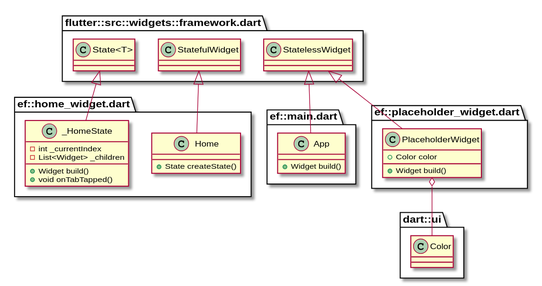
The PlantUML diagram Classdiagramm/Classdiagram.svg in leumas244/easyFinance-SoftwareEngeneering, before a commit.
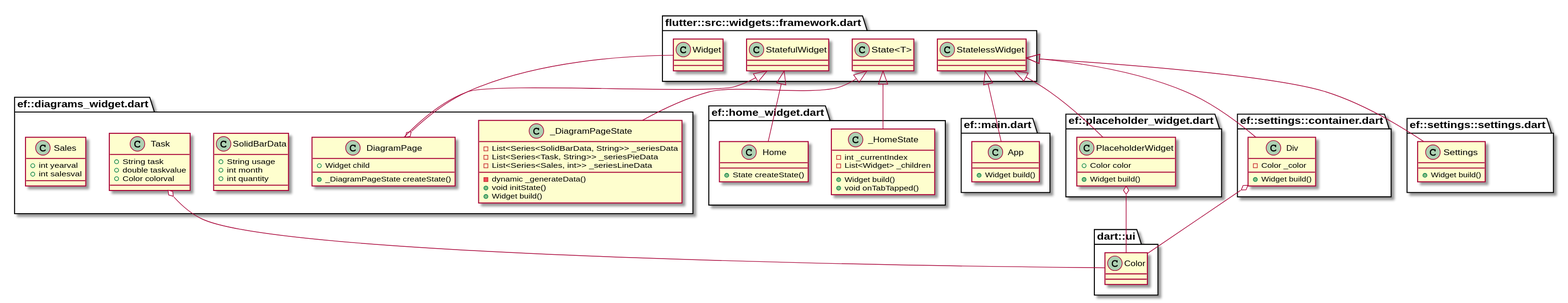
The same diagram one commit later.

Change to the diagram source:
```diff
@@ -1,5 +1,43 @@
 @startuml
 set namespaceSeparator ::
+
+class "ef::diagrams_widget.dart::DiagramPage" {
+  +Widget child
+  +_DiagramPageState createState()
+}
+
+"ef::diagrams_widget.dart::DiagramPage" o-- "flutter::src::widgets::framework.dart::Widget"
+"flutter::src::widgets::framework.dart::StatefulWidget" <|-- "ef::diagrams_widget.dart::DiagramPage"
+
+class "ef::diagrams_widget.dart::_DiagramPageState" {
+  -List<Series<SolidBarData, String>> _seriesData
+  -List<Series<Task, String>> _seriesPieData
+  -List<Series<Sales, int>> _seriesLineData
+  -dynamic _generateData()
+  +void initState()
+  +Widget build()
+}
+
+"flutter::src::widgets::framework.dart::State<T>" <|-- "ef::diagrams_widget.dart::_DiagramPageState"
+
+class "ef::diagrams_widget.dart::SolidBarData" {
+  +String usage
+  +int month
+  +int quantity
+}
+
+class "ef::diagrams_widget.dart::Task" {
+  +String task
+  +double taskvalue
+  +Color colorval
+}
+
+"ef::diagrams_widget.dart::Task" o-- "dart::ui::Color"
+
+class "ef::diagrams_widget.dart::Sales" {
+  +int yearval
+  +int salesval
+}
 
 class "ef::home_widget.dart::Home" {
   +State createState()
@@ -29,4 +67,18 @@
 
 "ef::placeholder_widget.dart::PlaceholderWidget" o-- "dart::ui::Color"
 "flutter::src::widgets::framework.dart::StatelessWidget" <|-- "ef::placeholder_widget.dart::PlaceholderWidget"
+
+class "ef::settings::container.dart::Div" {
+  -Color _color
+  +Widget build()
+}
+
+"ef::settings::container.dart::Div" o-- "dart::ui::Color"
+"flutter::src::widgets::framework.dart::StatelessWidget" <|-- "ef::settings::container.dart::Div"
+
+class "ef::settings::settings.dart::Settings" {
+  +Widget build()
+}
+
+"flutter::src::widgets::framework.dart::StatelessWidget" <|-- "ef::settings::settings.dart::Settings"
 @enduml
```
